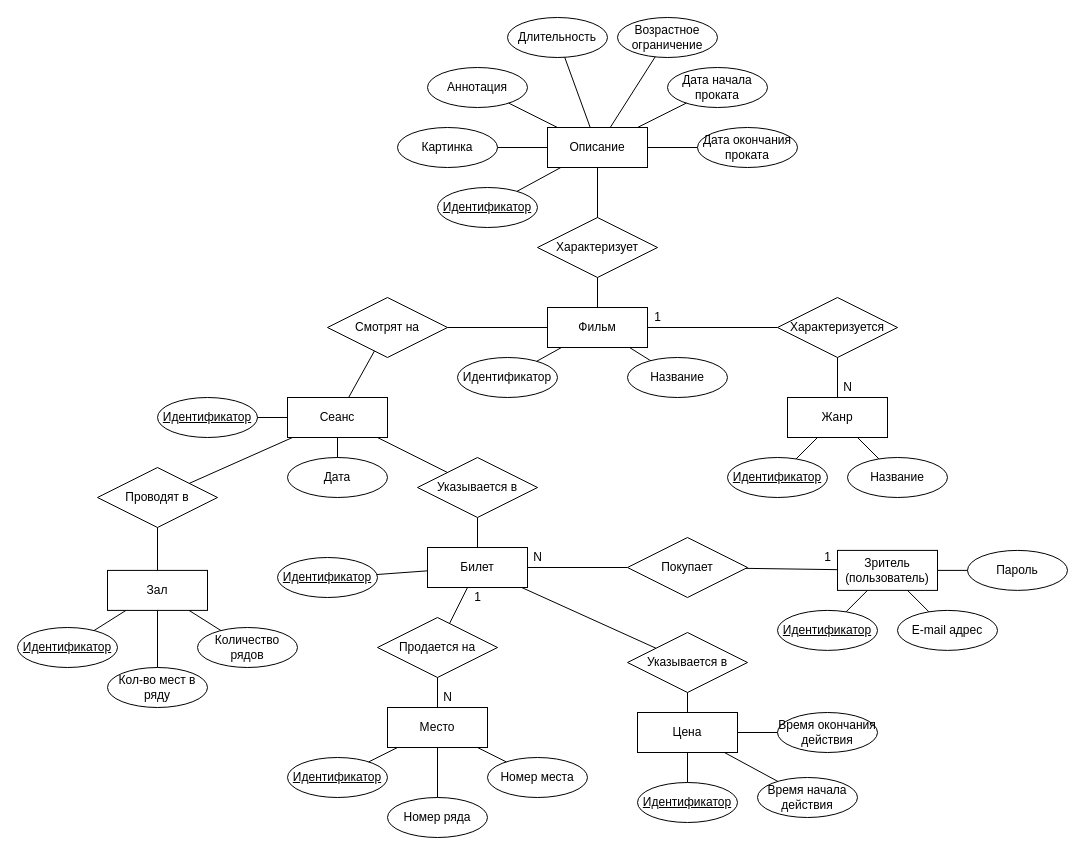
Earlier version of the draw.io diagram images and schemes/concept model.drawio (xreyaf/cinema-app). Source tidied: cells renumbered, new cells numbered last; positions are measured from the earlier drawing's top-left corner, leaving out a move shared by most shapes. Both pictures are drawn from the tidied source at 100%, with x=0, y=0 at pixel (17, 17).
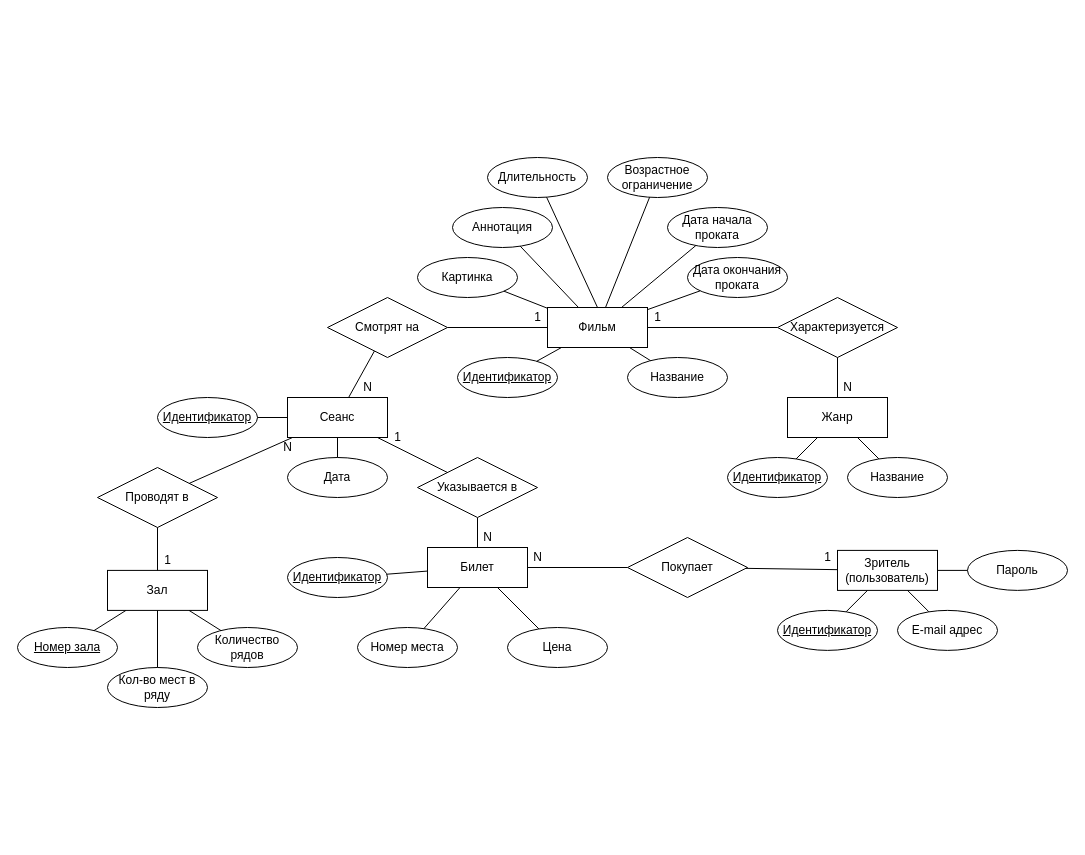
The same page after the edit.

The change refers to these unchanged cells:
```xml
<mxCell id="17" value="Фильм" style="whiteSpace=wrap;html=1;align=center;" parent="1" vertex="1">
  <mxGeometry x="530" y="290" width="100" height="40" as="geometry" />
</mxCell>
<mxCell id="51" value="Билет" style="whiteSpace=wrap;html=1;align=center;" parent="1" vertex="1">
  <mxGeometry x="410" y="530" width="100" height="40" as="geometry" />
</mxCell>
```

Diff of the diagram source:
```diff
@@
     <mxCell id="2" value="Возрастное ограничение" style="ellipse;whiteSpace=wrap;html=1;align=center;" parent="1" vertex="1">
-      <mxGeometry x="600" width="100" height="40" as="geometry" />
+      <mxGeometry x="590" y="140" width="100" height="40" as="geometry" />
     </mxCell>
-    <mxCell id="3" value="Описание" style="whiteSpace=wrap;html=1;align=center;" parent="1" vertex="1">
-      <mxGeometry x="530" y="110" width="100" height="40" as="geometry" />
-    </mxCell>
     <mxCell id="4" value="Длительность" style="ellipse;whiteSpace=wrap;html=1;align=center;" parent="1" vertex="1">
-      <mxGeometry x="490" width="100" height="40" as="geometry" />
+      <mxGeometry x="470" y="140" width="100" height="40" as="geometry" />
     </mxCell>
     <mxCell id="5" value="Аннотация" style="ellipse;whiteSpace=wrap;html=1;align=center;" parent="1" vertex="1">
-      <mxGeometry x="410" y="50" width="100" height="40" as="geometry" />
+      <mxGeometry x="435" y="190" width="100" height="40" as="geometry" />
     </mxCell>
     <mxCell id="6" value="Картинка" style="ellipse;whiteSpace=wrap;html=1;align=center;" parent="1" vertex="1">
-      <mxGeometry x="380" y="110" width="100" height="40" as="geometry" />
+      <mxGeometry x="400" y="240" width="100" height="40" as="geometry" />
     </mxCell>
-    <mxCell id="7" style="endArrow=none;html=1;rounded=0;" parent="1" edge="1" source="3" target="4">
+    <mxCell id="7" style="endArrow=none;html=1;rounded=0;exitX=0.5;exitY=0;exitDx=0;exitDy=0;" parent="1" edge="1" source="17" target="4">
       <mxGeometry relative="1" as="geometry" />
     </mxCell>
-    <mxCell id="8" style="endArrow=none;html=1;rounded=0;" parent="1" edge="1" source="5" target="3">
+    <mxCell id="8" style="endArrow=none;html=1;rounded=0;" parent="1" edge="1" source="5" target="17">
       <mxGeometry relative="1" as="geometry" />
     </mxCell>
-    <mxCell id="9" style="endArrow=none;html=1;rounded=0;" parent="1" edge="1" source="6" target="3">
+    <mxCell id="9" style="endArrow=none;html=1;rounded=0;" parent="1" edge="1" source="6" target="17">
       <mxGeometry relative="1" as="geometry" />
     </mxCell>
-    <mxCell id="10" style="endArrow=none;html=1;rounded=0;" parent="1" edge="1" source="3" target="2">
+    <mxCell id="10" style="endArrow=none;html=1;rounded=0;" parent="1" edge="1" source="17" target="2">
       <mxGeometry relative="1" as="geometry" />
     </mxCell>
-    <mxCell id="11" value="Характеризует" style="shape=rhombus;perimeter=rhombusPerimeter;whiteSpace=wrap;html=1;align=center;" parent="1" vertex="1">
-      <mxGeometry x="520" y="200" width="120" height="60" as="geometry" />
-    </mxCell>
     <mxCell id="12" value="Дата начала проката" style="ellipse;whiteSpace=wrap;html=1;align=center;" parent="1" vertex="1">
-      <mxGeometry x="650" y="50" width="100" height="40" as="geometry" />
+      <mxGeometry x="650" y="190" width="100" height="40" as="geometry" />
     </mxCell>
-    <mxCell id="13" style="endArrow=none;html=1;rounded=0;" parent="1" edge="1" source="3" target="12">
+    <mxCell id="13" style="endArrow=none;html=1;rounded=0;" parent="1" edge="1" source="17" target="12">
       <mxGeometry relative="1" as="geometry" />
     </mxCell>
     <mxCell id="14" value="&lt;font style=&quot;font-size: 12px&quot;&gt;Дата окончания проката&lt;/font&gt;" style="ellipse;whiteSpace=wrap;html=1;align=center;" parent="1" vertex="1">
-      <mxGeometry x="680" y="110" width="100" height="40" as="geometry" />
+      <mxGeometry x="670" y="240" width="100" height="40" as="geometry" />
     </mxCell>
-    <mxCell id="15" style="endArrow=none;html=1;rounded=0;" parent="1" edge="1" source="3" target="14">
+    <mxCell id="15" style="endArrow=none;html=1;rounded=0;" parent="1" edge="1" source="17" target="14">
       <mxGeometry relative="1" as="geometry" />
     </mxCell>
-    <mxCell id="16" style="endArrow=none;html=1;rounded=0;" parent="1" edge="1" source="11" target="3">
-      <mxGeometry relative="1" as="geometry" />
-    </mxCell>
@@
-    <mxCell id="19" value="Идентификатор" style="ellipse;whiteSpace=wrap;html=1;align=center;" parent="1" vertex="1">
+    <mxCell id="19" value="Идентификатор" style="ellipse;whiteSpace=wrap;html=1;align=center;fontStyle=4;" parent="1" vertex="1">
       <mxGeometry x="440" y="340" width="100" height="40" as="geometry" />
     </mxCell>
-    <mxCell id="20" style="endArrow=none;html=1;rounded=0;" parent="1" edge="1" source="17" target="11">
-      <mxGeometry relative="1" as="geometry" />
-    </mxCell>
@@
-    <mxCell id="23" value="&lt;u&gt;Идентификатор&lt;/u&gt;" style="ellipse;whiteSpace=wrap;html=1;align=center;" parent="1" vertex="1">
-      <mxGeometry x="420" y="170" width="100" height="40" as="geometry" />
-    </mxCell>
-    <mxCell id="24" style="endArrow=none;html=1;rounded=0;" parent="1" edge="1" source="23" target="3">
-      <mxGeometry relative="1" as="geometry" />
-    </mxCell>
@@
-    <mxCell id="43" value="&lt;u&gt;Идентификатор&lt;/u&gt;" style="ellipse;whiteSpace=wrap;html=1;align=center;" parent="1" vertex="1">
+    <mxCell id="43" value="&lt;u&gt;Номер зала&lt;/u&gt;" style="ellipse;whiteSpace=wrap;html=1;align=center;" parent="1" vertex="1">
       <mxGeometry y="610" width="100" height="40" as="geometry" />
     </mxCell>
@@
     <mxCell id="52" value="&lt;u&gt;Идентификатор&lt;/u&gt;" style="ellipse;whiteSpace=wrap;html=1;align=center;" parent="1" vertex="1">
-      <mxGeometry x="260" y="540" width="100" height="40" as="geometry" />
+      <mxGeometry x="270" y="540" width="100" height="40" as="geometry" />
     </mxCell>
@@
-    <mxCell id="57" value="Цена" style="whiteSpace=wrap;html=1;align=center;" parent="1" vertex="1">
-      <mxGeometry x="620" y="695" width="100" height="40" as="geometry" />
-    </mxCell>
-    <mxCell id="58" value="&lt;u&gt;Идентификатор&lt;/u&gt;" style="ellipse;whiteSpace=wrap;html=1;align=center;" parent="1" vertex="1">
-      <mxGeometry x="620" y="765" width="100" height="40" as="geometry" />
-    </mxCell>
-    <mxCell id="59" style="endArrow=none;html=1;rounded=0;" parent="1" edge="1" source="58" target="57">
-      <mxGeometry relative="1" as="geometry" />
-    </mxCell>
-    <mxCell id="60" value="Указывается в" style="shape=rhombus;perimeter=rhombusPerimeter;whiteSpace=wrap;html=1;align=center;" parent="1" vertex="1">
-      <mxGeometry x="610" y="615" width="120" height="60" as="geometry" />
-    </mxCell>
-    <mxCell id="61" style="endArrow=none;html=1;rounded=0;" parent="1" edge="1" source="51" target="60">
-      <mxGeometry relative="1" as="geometry" />
-    </mxCell>
-    <mxCell id="62" style="endArrow=none;html=1;rounded=0;" parent="1" edge="1" source="57" target="60">
-      <mxGeometry relative="1" as="geometry" />
-    </mxCell>
@@
-    <mxCell id="70" value="Место" style="whiteSpace=wrap;html=1;align=center;" parent="1" vertex="1">
-      <mxGeometry x="370" y="690" width="100" height="40" as="geometry" />
-    </mxCell>
-    <mxCell id="71" value="Номер ряда" style="ellipse;whiteSpace=wrap;html=1;align=center;" parent="1" vertex="1">
-      <mxGeometry x="370" y="780" width="100" height="40" as="geometry" />
-    </mxCell>
-    <mxCell id="72" value="&lt;u&gt;Идентификатор&lt;/u&gt;" style="ellipse;whiteSpace=wrap;html=1;align=center;" parent="1" vertex="1">
-      <mxGeometry x="270" y="740" width="100" height="40" as="geometry" />
-    </mxCell>
-    <mxCell id="73" style="endArrow=none;html=1;rounded=0;" parent="1" edge="1" source="71" target="70">
-      <mxGeometry relative="1" as="geometry" />
-    </mxCell>
-    <mxCell id="74" style="endArrow=none;html=1;rounded=0;" parent="1" edge="1" source="72" target="70">
-      <mxGeometry relative="1" as="geometry" />
-    </mxCell>
     <mxCell id="75" value="Номер места" style="ellipse;whiteSpace=wrap;html=1;align=center;" parent="1" vertex="1">
-      <mxGeometry x="470" y="740" width="100" height="40" as="geometry" />
+      <mxGeometry x="340" y="610" width="100" height="40" as="geometry" />
     </mxCell>
-    <mxCell id="76" style="endArrow=none;html=1;rounded=0;" parent="1" edge="1" source="75" target="70">
+    <mxCell id="76" style="endArrow=none;html=1;rounded=0;" parent="1" edge="1" source="75" target="51">
       <mxGeometry relative="1" as="geometry" />
     </mxCell>
-    <mxCell id="77" value="Продается на" style="shape=rhombus;perimeter=rhombusPerimeter;whiteSpace=wrap;html=1;align=center;" parent="1" vertex="1">
-      <mxGeometry x="360" y="600" width="120" height="60" as="geometry" />
-    </mxCell>
-    <mxCell id="78" style="endArrow=none;html=1;rounded=0;" parent="1" edge="1" source="70" target="77">
-      <mxGeometry relative="1" as="geometry" />
-    </mxCell>
-    <mxCell id="79" style="endArrow=none;html=1;rounded=0;" parent="1" edge="1" source="77" target="51">
-      <mxGeometry relative="1" as="geometry" />
-    </mxCell>
@@
-    <mxCell id="85" value="1" style="text;html=1;align=center;verticalAlign=middle;" parent="1" vertex="1">
-      <mxGeometry x="450" y="570" width="20" height="20" as="geometry" />
-    </mxCell>
-    <mxCell id="86" value="N" style="text;html=1;align=center;verticalAlign=middle;" parent="1" vertex="1">
-      <mxGeometry x="420" y="670" width="20" height="20" as="geometry" />
-    </mxCell>
@@
-    <mxCell id="89" value="Время начала действия" style="ellipse;whiteSpace=wrap;html=1;align=center;" parent="1" vertex="1">
-      <mxGeometry x="740" y="760" width="100" height="40" as="geometry" />
-    </mxCell>
-    <mxCell id="90" value="Время окончания действия" style="ellipse;whiteSpace=wrap;html=1;align=center;" parent="1" vertex="1">
-      <mxGeometry x="760" y="695" width="100" height="40" as="geometry" />
-    </mxCell>
-    <mxCell id="91" style="endArrow=none;html=1;rounded=0;" parent="1" edge="1" source="89" target="57">
-      <mxGeometry relative="1" as="geometry" />
-    </mxCell>
-    <mxCell id="92" style="endArrow=none;html=1;rounded=0;" parent="1" edge="1" source="90" target="57">
-      <mxGeometry relative="1" as="geometry" />
-    </mxCell>
+    <mxCell id="57" value="Цена" style="ellipse;whiteSpace=wrap;html=1;align=center;" parent="1" vertex="1">
+      <mxGeometry x="490" y="610" width="100" height="40" as="geometry" />
+    </mxCell>
+    <mxCell id="93" style="endArrow=none;html=1;" parent="1" edge="1" source="51" target="57">
+      <mxGeometry relative="1" as="geometry" />
+    </mxCell>
+    <mxCell id="94" value="N" style="text;html=1;align=center;verticalAlign=middle;" parent="1" vertex="1">
+      <mxGeometry x="260" y="420" width="20" height="20" as="geometry" />
+    </mxCell>
+    <mxCell id="95" value="1" style="text;html=1;align=center;verticalAlign=middle;" parent="1" vertex="1">
+      <mxGeometry x="140" y="532.9" width="20" height="20" as="geometry" />
+    </mxCell>
+    <mxCell id="96" value="N" style="text;html=1;align=center;verticalAlign=middle;" parent="1" vertex="1">
+      <mxGeometry x="460" y="510" width="20" height="20" as="geometry" />
+    </mxCell>
+    <mxCell id="97" value="1" style="text;html=1;align=center;verticalAlign=middle;" parent="1" vertex="1">
+      <mxGeometry x="370" y="410" width="20" height="20" as="geometry" />
+    </mxCell>
+    <mxCell id="98" value="1" style="text;html=1;align=center;verticalAlign=middle;" parent="1" vertex="1">
+      <mxGeometry x="510" y="290" width="20" height="20" as="geometry" />
+    </mxCell>
+    <mxCell id="99" value="N" style="text;html=1;align=center;verticalAlign=middle;" parent="1" vertex="1">
+      <mxGeometry x="340" y="360" width="20" height="20" as="geometry" />
+    </mxCell>
```
